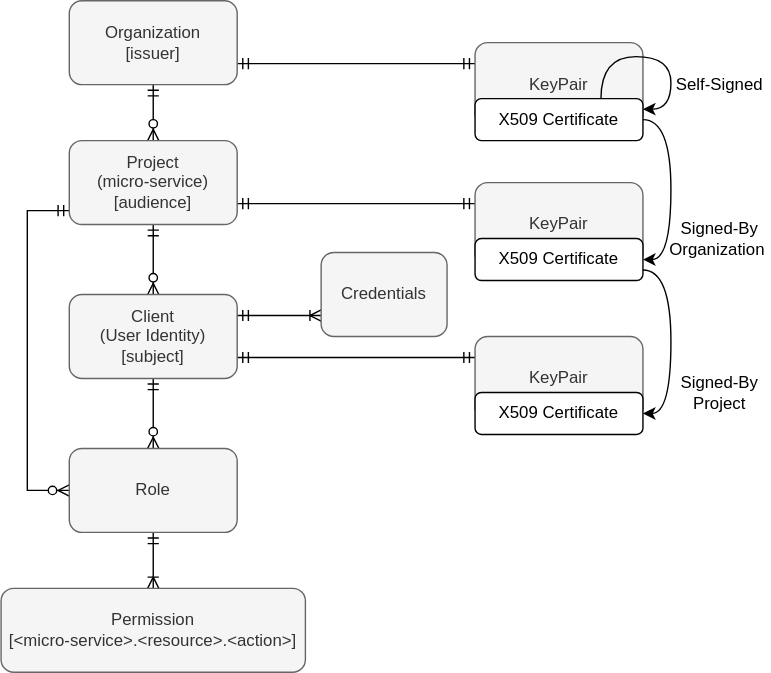
Earlier version of the draw.io export docs/IAM-data-model.svg (jveverka/iam-service). Source tidied: cells renumbered, new cells last; positions are measured from the earlier drawing's top-left corner, leaving out a move shared by most shapes.
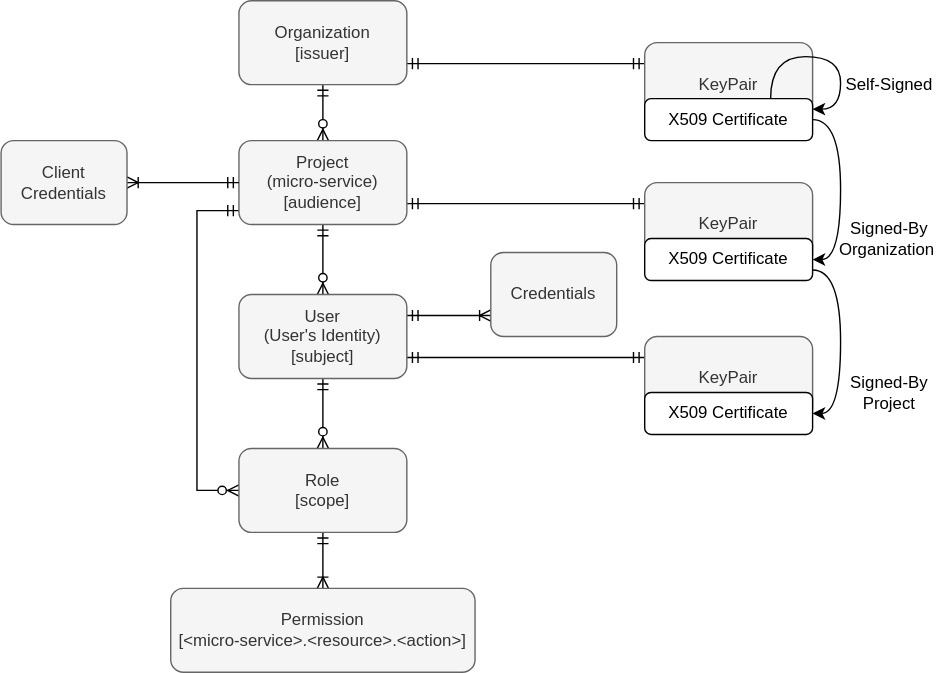
Above is the later version.

Diff of the diagram source:
```diff
@@ -37,7 +37,7 @@
     <mxCell id="11" style="edgeStyle=orthogonalEdgeStyle;rounded=0;jettySize=auto;html=1;entryX=0;entryY=0.25;entryDx=0;entryDy=0;exitX=1;exitY=0.75;exitDx=0;exitDy=0;startArrow=ERmandOne;startFill=0;endArrow=ERmandOne;endFill=0;" parent="1" edge="1" source="12" target="18">
       <mxGeometry relative="1" as="geometry" />
     </mxCell>
-    <mxCell id="12" value="Client&lt;br&gt;(User Identity)&lt;br&gt;[subject]" style="rounded=1;whiteSpace=wrap;html=1;fillColor=#f5f5f5;strokeColor=#666666;fontColor=#333333;" parent="1" vertex="1">
+    <mxCell id="12" value="User&lt;br&gt;(User's Identity)&lt;br&gt;[subject]" style="rounded=1;whiteSpace=wrap;html=1;fillColor=#f5f5f5;strokeColor=#666666;fontColor=#333333;" parent="1" vertex="1">
       <mxGeometry x="49" y="210" width="120" height="60" as="geometry" />
     </mxCell>
     <mxCell id="13" value="Credentials" style="rounded=1;whiteSpace=wrap;html=1;fillColor=#f5f5f5;strokeColor=#666666;fontColor=#333333;" parent="1" vertex="1">
@@ -46,7 +46,7 @@
     <mxCell id="14" style="edgeStyle=none;rounded=0;jettySize=auto;html=1;startArrow=ERmandOne;startFill=0;endArrow=ERoneToMany;endFill=0;" parent="1" edge="1" source="15" target="16">
       <mxGeometry relative="1" as="geometry" />
     </mxCell>
-    <mxCell id="15" value="Role" style="rounded=1;whiteSpace=wrap;html=1;fillColor=#f5f5f5;strokeColor=#666666;fontColor=#333333;" parent="1" vertex="1">
+    <mxCell id="15" value="Role&lt;br&gt;[scope]" style="rounded=1;whiteSpace=wrap;html=1;fillColor=#f5f5f5;strokeColor=#666666;fontColor=#333333;" parent="1" vertex="1">
       <mxGeometry x="49" y="320" width="120" height="60" as="geometry" />
     </mxCell>
     <mxCell id="16" value="Permission&lt;br&gt;[&amp;lt;micro-service&amp;gt;.&amp;lt;resource&amp;gt;.&amp;lt;action&amp;gt;]" style="rounded=1;whiteSpace=wrap;html=1;fillColor=#f5f5f5;strokeColor=#666666;fontColor=#333333;" parent="1" vertex="1">
@@ -94,5 +94,11 @@
     <mxCell id="28" value="Signed-By Project" style="text;html=1;strokeColor=none;fillColor=none;align=center;verticalAlign=middle;whiteSpace=wrap;rounded=0;" parent="1" vertex="1">
       <mxGeometry x="479" y="270" width="70" height="20" as="geometry" />
     </mxCell>
+    <mxCell id="29" style="edgeStyle=orthogonalEdgeStyle;rounded=0;jettySize=auto;html=1;startArrow=ERoneToMany;startFill=0;endArrow=ERmandOne;endFill=0;" parent="1" edge="1" source="30" target="8">
+      <mxGeometry relative="1" as="geometry" />
+    </mxCell>
+    <mxCell id="30" value="Client&lt;br&gt;Credentials" style="rounded=1;whiteSpace=wrap;html=1;fillColor=#f5f5f5;strokeColor=#666666;fontColor=#333333;" parent="1" vertex="1">
+      <mxGeometry x="-121" y="100" width="90" height="60" as="geometry" />
+    </mxCell>
   </root>
 </mxGraphModel>
```
